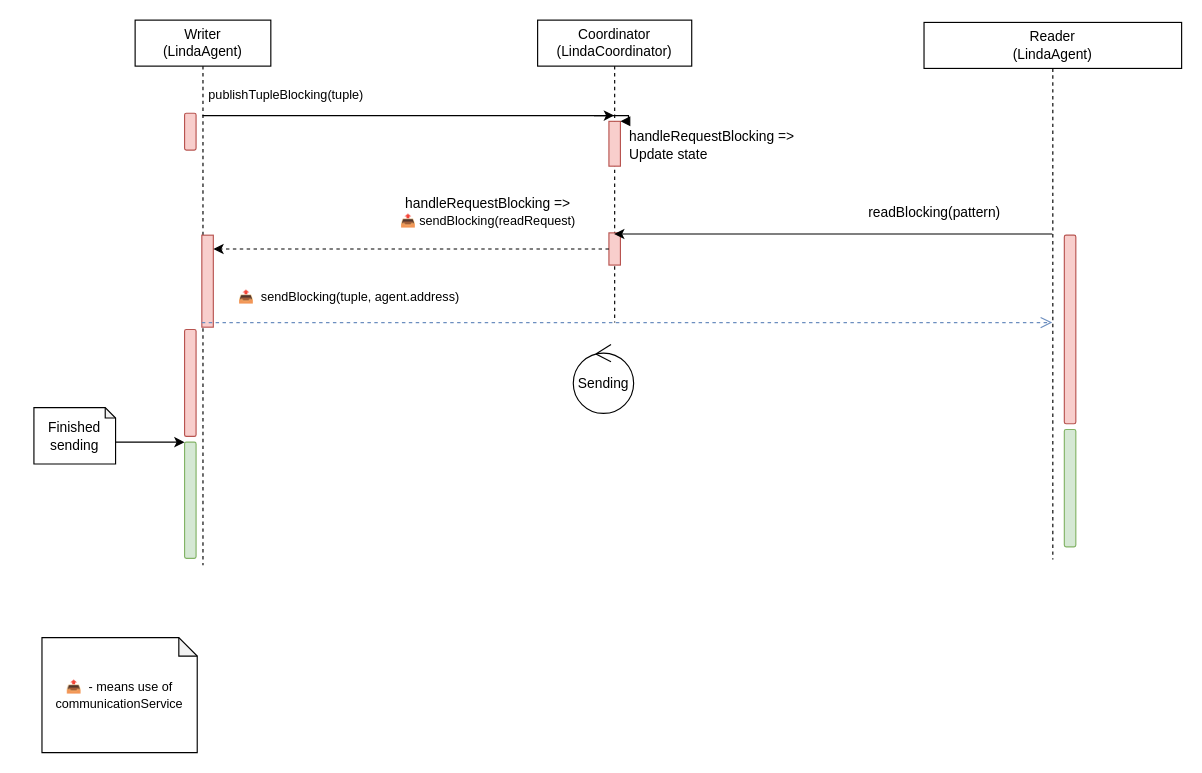
The draw.io diagram page "1R - 1W" (2 of 5) of images/diagram.drawio in pochka15/linda, before the edit. Source tidied: cells renumbered, new cells numbered last; positions are measured from the earlier drawing's top-left corner, leaving out a move shared by most shapes. Both pictures are drawn from the tidied source at 115%, with x=0, y=0 at pixel (33, 20).
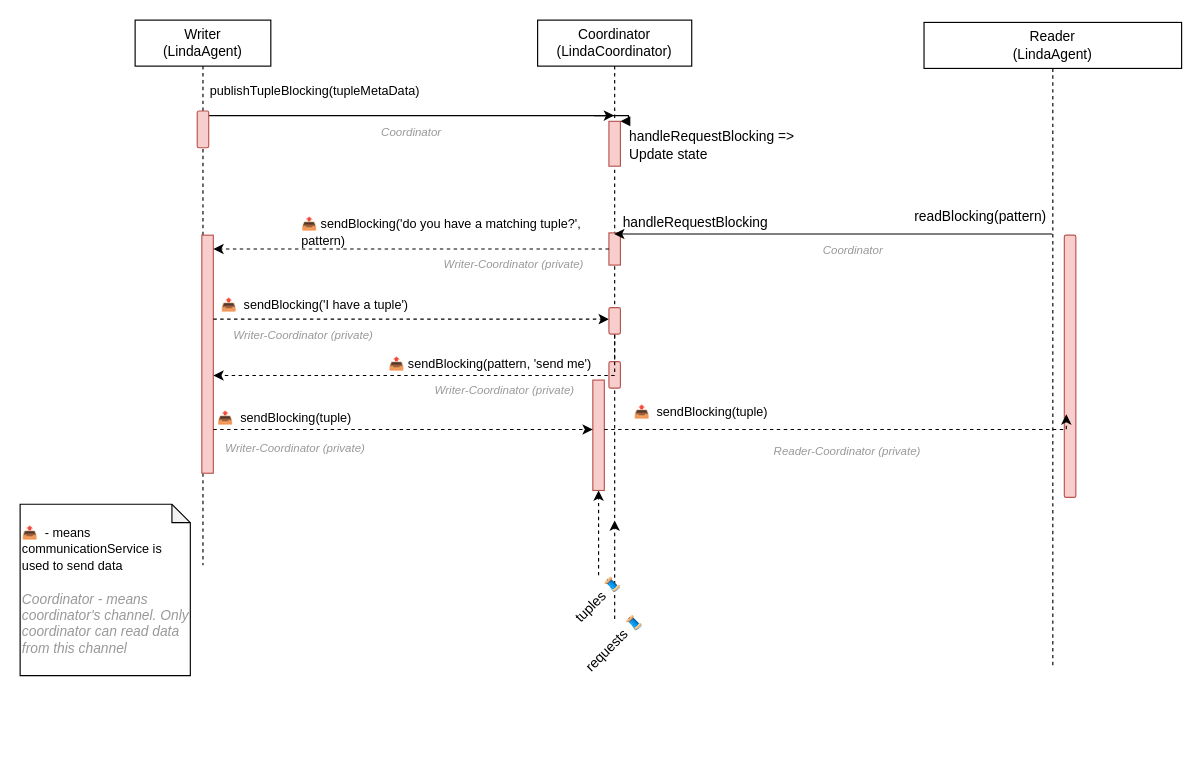
After the change.

Unchanged cells that the change refers to:
```xml
<mxCell id="7" value="Writer&lt;br&gt;(LindaAgent)" style="shape=umlLifeline;perimeter=lifelinePerimeter;whiteSpace=wrap;html=1;outlineConnect=0;" parent="1" vertex="1">
  <mxGeometry x="88" width="118" height="474" as="geometry" />
</mxCell>
```

The edit, as a diff of the source:
```diff
@@
     <mxCell id="2" value="Coordinator (LindaCoordinator)" style="shape=umlLifeline;perimeter=lifelinePerimeter;whiteSpace=wrap;html=1;outlineConnect=0;" parent="1" vertex="1">
-      <mxGeometry x="438" width="134" height="263" as="geometry" />
+      <mxGeometry x="438" width="134" height="435" as="geometry" />
     </mxCell>
@@
+    <mxCell id="24" style="html=1;points=[];perimeter=orthogonalPerimeter;fillColor=#f8cecc;strokeColor=#b85450;" parent="2" vertex="1">
+      <mxGeometry x="48" y="313" width="10" height="96" as="geometry" />
+    </mxCell>
+    <mxCell id="25" style="rounded=1;whiteSpace=wrap;html=1;fillColor=#f8cecc;strokeColor=#b85450;" parent="2" vertex="1">
+      <mxGeometry x="62" y="297" width="10" height="23" as="geometry" />
+    </mxCell>
-    <mxCell id="6" value="publishTupleBlocking(tuple)" style="edgeStyle=orthogonalEdgeStyle;rounded=0;jettySize=auto;html=1;" parent="1" edge="1" source="7" target="2">
-      <mxGeometry x="-0.6" y="18" relative="1" as="geometry">
+    <mxCell id="6" value="publishTupleBlocking(tupleMetaData)" style="edgeStyle=orthogonalEdgeStyle;rounded=0;jettySize=auto;html=1;" parent="1" edge="1" source="7" target="2">
+      <mxGeometry x="-0.46" y="21" relative="1" as="geometry">
         <Array as="points">
           <mxPoint x="316" y="83" />
           <mxPoint x="316" y="83" />
         </Array>
       </mxGeometry>
     </mxCell>
@@
     <mxCell id="8" style="html=1;points=[];perimeter=orthogonalPerimeter;fillColor=#f8cecc;strokeColor=#b85450;" parent="7" vertex="1">
-      <mxGeometry x="58" y="187" width="10" height="80" as="geometry" />
+      <mxGeometry x="58" y="187" width="10" height="207" as="geometry" />
     </mxCell>
-    <mxCell id="9" style="rounded=1;whiteSpace=wrap;html=1;fillColor=#f8cecc;strokeColor=#b85450;" parent="7" vertex="1">
-      <mxGeometry x="43" y="269" width="10" height="93" as="geometry" />
-    </mxCell>
-    <mxCell id="10" style="rounded=1;whiteSpace=wrap;html=1;fillColor=#d5e8d4;strokeColor=#82b366;" parent="7" vertex="1">
-      <mxGeometry x="43" y="367" width="10" height="101" as="geometry" />
-    </mxCell>
     <mxCell id="11" style="rounded=1;whiteSpace=wrap;html=1;fillColor=#f8cecc;strokeColor=#b85450;" parent="7" vertex="1">
-      <mxGeometry x="43" y="81" width="10" height="32" as="geometry" />
+      <mxGeometry x="54" y="79" width="10" height="32" as="geometry" />
     </mxCell>
-    <mxCell id="12" value="&lt;font style=&quot;font-size: 12px ; background-color: rgb(255 , 255 , 255)&quot;&gt;readBlocking(pattern)&lt;span style=&quot;text-align: center&quot;&gt;&lt;br&gt;&lt;/span&gt;&lt;/font&gt;" style="edgeStyle=orthogonalEdgeStyle;rounded=0;jettySize=auto;html=1;align=left;" parent="1" edge="1" source="13" target="2">
-      <mxGeometry x="-0.15" y="-18" relative="1" as="geometry">
+    <mxCell id="12" value="&lt;font style=&quot;font-size: 12px ; background-color: rgb(255 , 255 , 255)&quot;&gt;readBlocking(pattern&lt;span style=&quot;text-align: center&quot;&gt;)&lt;br&gt;&lt;/span&gt;&lt;/font&gt;" style="edgeStyle=orthogonalEdgeStyle;rounded=0;jettySize=auto;html=1;align=left;" parent="1" edge="1" source="13" target="2">
+      <mxGeometry x="-0.36" y="-15" relative="1" as="geometry">
         <Array as="points">
           <mxPoint x="647" y="186" />
           <mxPoint x="647" y="186" />
         </Array>
       </mxGeometry>
     </mxCell>
     <mxCell id="13" value="Reader&lt;br&gt;(LindaAgent)" style="shape=umlLifeline;perimeter=lifelinePerimeter;whiteSpace=wrap;html=1;outlineConnect=0;" parent="1" vertex="1">
-      <mxGeometry x="774" y="2" width="224" height="467" as="geometry" />
+      <mxGeometry x="774" y="2" width="224" height="559" as="geometry" />
     </mxCell>
     <mxCell id="14" style="rounded=1;whiteSpace=wrap;html=1;fillColor=#f8cecc;strokeColor=#b85450;" parent="13" vertex="1">
-      <mxGeometry x="122" y="185" width="10" height="164" as="geometry" />
+      <mxGeometry x="122" y="185" width="10" height="228" as="geometry" />
     </mxCell>
-    <mxCell id="15" style="rounded=1;whiteSpace=wrap;html=1;fillColor=#d5e8d4;strokeColor=#82b366;" parent="13" vertex="1">
-      <mxGeometry x="122" y="354" width="10" height="102" as="geometry" />
-    </mxCell>
-    <mxCell id="16" value="&lt;span style=&quot;text-align: center&quot;&gt;📤&amp;nbsp;&lt;/span&gt;&lt;span style=&quot;font-family: &amp;#34;helvetica&amp;#34;&quot;&gt;&amp;nbsp;sendBlocking(tuple, agent.address)&lt;/span&gt;" style="html=1;verticalAlign=bottom;endArrow=open;dashed=1;endSize=8;exitX=0;exitY=0.95;rounded=0;fillColor=#dae8fc;strokeColor=#6c8ebf;labelBackgroundColor=#FFFFFF;align=left;" parent="1" edge="1" source="8" target="13">
-      <mxGeometry x="-0.92" y="13" relative="1" as="geometry">
-        <Array as="points">
-          <mxPoint x="396" y="263" />
-        </Array>
-      </mxGeometry>
-    </mxCell>
-    <mxCell id="17" value="Finished sending" style="shape=note;whiteSpace=wrap;html=1;backgroundOutline=1;darkOpacity=0.05;size=9;" parent="1" vertex="1">
-      <mxGeometry y="337" width="71" height="49" as="geometry" />
-    </mxCell>
-    <mxCell id="18" style="edgeStyle=orthogonalEdgeStyle;rounded=0;jettySize=auto;html=1;labelBackgroundColor=#CCFFCC;" parent="1" edge="1" source="17" target="10">
-      <mxGeometry relative="1" as="geometry">
-        <Array as="points">
-          <mxPoint x="93" y="367" />
-          <mxPoint x="93" y="367" />
-        </Array>
-      </mxGeometry>
-    </mxCell>
-    <mxCell id="19" value="Sending" style="ellipse;shape=umlControl;whiteSpace=wrap;html=1;" parent="1" vertex="1">
-      <mxGeometry x="469" y="282" width="52.5" height="60" as="geometry" />
-    </mxCell>
@@
-    <mxCell id="21" value="&lt;span style=&quot;font-size: 11px&quot;&gt;📤&amp;nbsp;&lt;/span&gt;&lt;span style=&quot;font-size: 11px ; text-align: left ; font-family: &amp;#34;helvetica&amp;#34;&quot;&gt;&amp;nbsp;- means use of communicationService&lt;/span&gt;" style="shape=note;whiteSpace=wrap;html=1;backgroundOutline=1;darkOpacity=0.05;fontSize=12;size=16;" parent="1" vertex="1">
-      <mxGeometry x="7" y="537" width="135" height="100" as="geometry" />
+    <mxCell id="21" value="&lt;div&gt;&lt;span style=&quot;font-size: 11px&quot;&gt;📤&amp;nbsp;&lt;/span&gt;&lt;span style=&quot;font-size: 11px ; font-family: &amp;#34;helvetica&amp;#34;&quot;&gt;&amp;nbsp;- means&amp;nbsp;&lt;/span&gt;&lt;/div&gt;&lt;span style=&quot;font-family: &amp;#34;helvetica&amp;#34; ; font-size: 11px&quot;&gt;communicationService is used to send data&lt;br&gt;&lt;br&gt;&lt;/span&gt;&lt;span style=&quot;color: rgb(153 , 153 , 153) ; font-family: &amp;#34;helvetica&amp;#34; ; font-style: italic&quot;&gt;&lt;div&gt;&lt;span&gt;Coordinator&lt;/span&gt;&lt;span&gt;&amp;nbsp;- means coordinator's channel. Only coordinator can read data from this channel&lt;/span&gt;&lt;/div&gt;&lt;/span&gt;" style="shape=note;whiteSpace=wrap;html=1;backgroundOutline=1;darkOpacity=0.05;fontSize=12;size=16;align=left;" parent="1" vertex="1">
+      <mxGeometry x="-12" y="421" width="148" height="149" as="geometry" />
     </mxCell>
@@
-    <mxCell id="23" value="&lt;span&gt;handleRequestBlocking =&amp;gt;&lt;/span&gt;&lt;br&gt;&lt;span style=&quot;font-size: 11px&quot;&gt;📤&amp;nbsp;&lt;/span&gt;&lt;span style=&quot;font-size: 11px ; background-color: rgb(255 , 255 , 255)&quot;&gt;sendBlocking(readRequest)&lt;/span&gt;" style="text;html=1;strokeColor=none;fillColor=none;align=center;verticalAlign=middle;whiteSpace=wrap;rounded=0;fontSize=12;" parent="1" vertex="1">
-      <mxGeometry x="318" y="152" width="154" height="30" as="geometry" />
+    <mxCell id="23" value="&lt;span style=&quot;font-size: 11px&quot;&gt;📤&amp;nbsp;&lt;/span&gt;&lt;span style=&quot;font-size: 11px ; background-color: rgb(255 , 255 , 255)&quot;&gt;sendBlocking('do you have a matching tuple?', pattern)&lt;/span&gt;" style="text;html=1;strokeColor=none;fillColor=none;align=left;verticalAlign=middle;whiteSpace=wrap;rounded=0;fontSize=12;" parent="1" vertex="1">
+      <mxGeometry x="231" y="178" width="259" height="12" as="geometry" />
     </mxCell>
+    <mxCell id="26" style="edgeStyle=orthogonalEdgeStyle;rounded=0;jettySize=auto;html=1;dashed=1;labelBackgroundColor=#FFFFFF;" parent="1" edge="1" source="8" target="30">
+      <mxGeometry relative="1" as="geometry">
+        <Array as="points">
+          <mxPoint x="245" y="260" />
+          <mxPoint x="245" y="260" />
+        </Array>
+      </mxGeometry>
+    </mxCell>
+    <mxCell id="27" value="&lt;span style=&quot;color: rgb(0 , 0 , 0) ; font-family: &amp;#34;helvetica&amp;#34; ; font-size: 11px ; font-style: normal ; font-weight: 400 ; letter-spacing: normal ; text-align: center ; text-indent: 0px ; text-transform: none ; word-spacing: 0px ; background-color: rgb(255 , 255 , 255) ; display: inline ; float: none&quot;&gt;📤&amp;nbsp;&lt;/span&gt;&lt;span style=&quot;color: rgb(0 , 0 , 0) ; font-size: 11px ; font-style: normal ; font-weight: 400 ; letter-spacing: normal ; text-indent: 0px ; text-transform: none ; word-spacing: 0px ; text-align: left ; font-family: &amp;#34;helvetica&amp;#34;&quot;&gt;&amp;nbsp;sendBlocking('I have a tuple')&lt;/span&gt;" style="text;whiteSpace=wrap;html=1;" parent="1" vertex="1">
+      <mxGeometry x="161" y="234" width="210" height="29" as="geometry" />
+    </mxCell>
+    <mxCell id="28" value="&lt;span style=&quot;color: rgb(0 , 0 , 0) ; font-family: &amp;#34;helvetica&amp;#34; ; font-size: 11px ; font-style: normal ; font-weight: 400 ; letter-spacing: normal ; text-align: center ; text-indent: 0px ; text-transform: none ; word-spacing: 0px ; background-color: rgb(255 , 255 , 255) ; display: inline ; float: none&quot;&gt;📤&amp;nbsp;&lt;/span&gt;&lt;span style=&quot;color: rgb(0 , 0 , 0) ; font-size: 11px ; font-style: normal ; font-weight: 400 ; letter-spacing: normal ; text-indent: 0px ; text-transform: none ; word-spacing: 0px ; text-align: left ; font-family: &amp;#34;helvetica&amp;#34;&quot;&gt;&amp;nbsp;sendBlocking(tuple)&lt;/span&gt;" style="text;whiteSpace=wrap;html=1;" parent="1" vertex="1">
+      <mxGeometry x="520" y="327" width="210" height="29" as="geometry" />
+    </mxCell>
+    <mxCell id="29" style="edgeStyle=orthogonalEdgeStyle;rounded=0;jettySize=auto;html=1;dashed=1;labelBackgroundColor=#FFFFFF;fontSize=10;fontColor=#999999;" parent="1" edge="1" source="30" target="8">
+      <mxGeometry relative="1" as="geometry">
+        <Array as="points">
+          <mxPoint x="286" y="309" />
+          <mxPoint x="286" y="309" />
+        </Array>
+      </mxGeometry>
+    </mxCell>
+    <mxCell id="30" style="rounded=1;whiteSpace=wrap;html=1;fillColor=#f8cecc;strokeColor=#b85450;" parent="1" vertex="1">
+      <mxGeometry x="500" y="250" width="10" height="23" as="geometry" />
+    </mxCell>
+    <mxCell id="31" value="handleRequestBlocking" style="text;html=1;align=center;verticalAlign=middle;strokeColor=none;fillColor=none;" parent="1" vertex="1">
+      <mxGeometry x="507" y="167" width="136" height="18" as="geometry" />
+    </mxCell>
+    <mxCell id="32" style="edgeStyle=orthogonalEdgeStyle;rounded=0;jettySize=auto;html=1;dashed=1;labelBackgroundColor=#FFFFFF;fontSize=10;fontColor=#999999;" parent="1" edge="1" source="33">
+      <mxGeometry relative="1" as="geometry">
+        <mxPoint x="505" y="435" as="targetPoint" />
+        <Array as="points">
+          <mxPoint x="505" y="497" />
+        </Array>
+      </mxGeometry>
+    </mxCell>
+    <mxCell id="33" value="requests 🧵" style="text;html=1;strokeColor=none;fillColor=none;align=center;verticalAlign=middle;whiteSpace=wrap;rounded=0;direction=west;rotation=-45;" parent="1" vertex="1">
+      <mxGeometry x="470" y="527" width="70" height="30" as="geometry" />
+    </mxCell>
+    <mxCell id="34" style="edgeStyle=orthogonalEdgeStyle;rounded=0;jettySize=auto;html=1;dashed=1;labelBackgroundColor=#FFFFFF;fontSize=10;fontColor=#999999;" parent="1" edge="1" source="35" target="24">
+      <mxGeometry relative="1" as="geometry">
+        <Array as="points">
+          <mxPoint x="491" y="513" />
+        </Array>
+      </mxGeometry>
+    </mxCell>
+    <mxCell id="35" value="tuples 🧵" style="text;html=1;strokeColor=none;fillColor=none;align=center;verticalAlign=middle;whiteSpace=wrap;rounded=0;direction=west;rotation=-45;" parent="1" vertex="1">
+      <mxGeometry x="456" y="489" width="70" height="30" as="geometry" />
+    </mxCell>
+    <mxCell id="36" style="text;html=1;align=center;verticalAlign=middle;strokeColor=none;fillColor=none;fontStyle=2;fontColor=#999999;" parent="1" vertex="1">
+      <mxGeometry x="702" y="186" width="10" height="22" as="geometry" />
+    </mxCell>
+    <mxCell id="37" value="&lt;span style=&quot;font-family: helvetica; font-size: 10px;&quot;&gt;Coordinator&lt;/span&gt;" style="text;html=1;align=center;verticalAlign=middle;strokeColor=none;fillColor=none;fontStyle=2;fontColor=#999999;fontSize=10;" parent="1" vertex="1">
+      <mxGeometry x="296" y="89" width="63" height="16" as="geometry" />
+    </mxCell>
+    <mxCell id="38" value="&lt;span style=&quot;font-family: helvetica; font-size: 10px;&quot;&gt;Coordinator&lt;/span&gt;" style="text;html=1;align=center;verticalAlign=middle;strokeColor=none;fillColor=none;fontStyle=2;fontColor=#999999;fontSize=10;" parent="1" vertex="1">
+      <mxGeometry x="680" y="192" width="63" height="16" as="geometry" />
+    </mxCell>
+    <mxCell id="39" value="&lt;span style=&quot;font-family: helvetica; font-size: 10px;&quot;&gt;Writer-Coordinator (private)&lt;/span&gt;" style="text;html=1;align=center;verticalAlign=middle;strokeColor=none;fillColor=none;fontStyle=2;fontColor=#999999;fontSize=10;" parent="1" vertex="1">
+      <mxGeometry x="351" y="204" width="132" height="16" as="geometry" />
+    </mxCell>
+    <mxCell id="40" value="&lt;span style=&quot;font-family: helvetica; font-size: 10px;&quot;&gt;Writer-Coordinator (private)&lt;/span&gt;" style="text;html=1;align=center;verticalAlign=middle;strokeColor=none;fillColor=none;fontStyle=2;fontColor=#999999;fontSize=10;" parent="1" vertex="1">
+      <mxGeometry x="168" y="266" width="132" height="16" as="geometry" />
+    </mxCell>
+    <mxCell id="41" value="&lt;span style=&quot;font-family: &amp;#34;helvetica&amp;#34; ; font-size: 10px&quot;&gt;Reader-Coordinator (private)&lt;/span&gt;" style="text;html=1;align=center;verticalAlign=middle;strokeColor=none;fillColor=none;fontStyle=2;fontColor=#999999;fontSize=10;" parent="1" vertex="1">
+      <mxGeometry x="638" y="367" width="138" height="16" as="geometry" />
+    </mxCell>
+    <mxCell id="42" value="&lt;span style=&quot;font-size: 11px&quot;&gt;📤&amp;nbsp;&lt;/span&gt;&lt;span style=&quot;font-size: 11px ; background-color: rgb(255 , 255 , 255)&quot;&gt;sendBlocking(pattern, 'send me')&lt;/span&gt;" style="text;html=1;strokeColor=none;fillColor=none;align=center;verticalAlign=middle;whiteSpace=wrap;rounded=0;fontSize=12;" parent="1" vertex="1">
+      <mxGeometry x="300" y="293" width="194" height="12" as="geometry" />
+    </mxCell>
+    <mxCell id="43" value="&lt;span style=&quot;font-family: helvetica; font-size: 10px;&quot;&gt;Writer-Coordinator (private)&lt;/span&gt;" style="text;html=1;align=center;verticalAlign=middle;strokeColor=none;fillColor=none;fontStyle=2;fontColor=#999999;fontSize=10;" parent="1" vertex="1">
+      <mxGeometry x="343" y="314" width="132" height="16" as="geometry" />
+    </mxCell>
+    <mxCell id="44" style="edgeStyle=orthogonalEdgeStyle;rounded=0;jettySize=auto;html=1;dashed=1;labelBackgroundColor=#FFFFFF;fontSize=10;fontColor=#999999;" parent="1" edge="1" source="8" target="24">
+      <mxGeometry relative="1" as="geometry">
+        <Array as="points">
+          <mxPoint x="415" y="356" />
+          <mxPoint x="415" y="356" />
+        </Array>
+      </mxGeometry>
+    </mxCell>
+    <mxCell id="45" value="&lt;span style=&quot;font-family: helvetica; font-size: 10px;&quot;&gt;Writer-Coordinator (private)&lt;/span&gt;" style="text;html=1;align=center;verticalAlign=middle;strokeColor=none;fillColor=none;fontStyle=2;fontColor=#999999;fontSize=10;" parent="1" vertex="1">
+      <mxGeometry x="161" y="364" width="132" height="16" as="geometry" />
+    </mxCell>
+    <mxCell id="46" style="edgeStyle=orthogonalEdgeStyle;rounded=0;jettySize=auto;html=1;entryX=0.172;entryY=0.683;entryDx=0;entryDy=0;entryPerimeter=0;dashed=1;labelBackgroundColor=#FFFFFF;fontSize=10;fontColor=#999999;" parent="1" edge="1" source="24" target="14">
+      <mxGeometry relative="1" as="geometry">
+        <Array as="points">
+          <mxPoint x="600" y="356" />
+          <mxPoint x="600" y="356" />
+        </Array>
+      </mxGeometry>
+    </mxCell>
+    <mxCell id="47" value="&lt;span style=&quot;color: rgb(0 , 0 , 0) ; font-family: &amp;#34;helvetica&amp;#34; ; font-size: 11px ; font-style: normal ; font-weight: 400 ; letter-spacing: normal ; text-align: center ; text-indent: 0px ; text-transform: none ; word-spacing: 0px ; background-color: rgb(255 , 255 , 255) ; display: inline ; float: none&quot;&gt;📤&amp;nbsp;&lt;/span&gt;&lt;span style=&quot;color: rgb(0 , 0 , 0) ; font-size: 11px ; font-style: normal ; font-weight: 400 ; letter-spacing: normal ; text-indent: 0px ; text-transform: none ; word-spacing: 0px ; text-align: left ; font-family: &amp;#34;helvetica&amp;#34;&quot;&gt;&amp;nbsp;sendBlocking(tuple)&lt;/span&gt;" style="text;whiteSpace=wrap;html=1;" parent="1" vertex="1">
+      <mxGeometry x="158" y="332" width="210" height="29" as="geometry" />
+    </mxCell>
```
